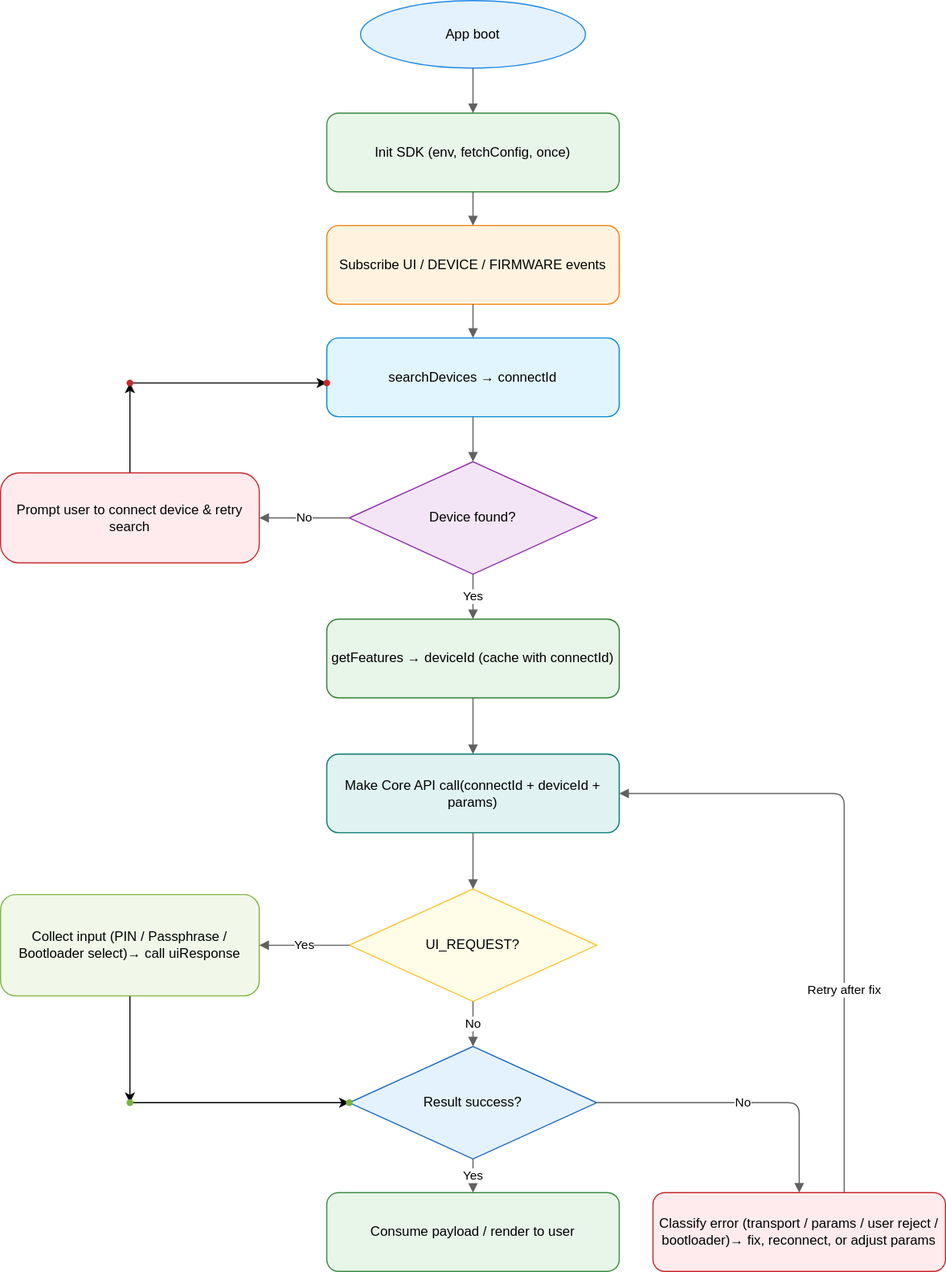
Above: public/images/core-api-guide/core-api-flow-en.svg in wabicai/onekey-developer-portal (draw.io), before the change. Source tidied: cells renumbered, new cells last; positions are measured from the earlier drawing's top-left corner, leaving out a move shared by most shapes.
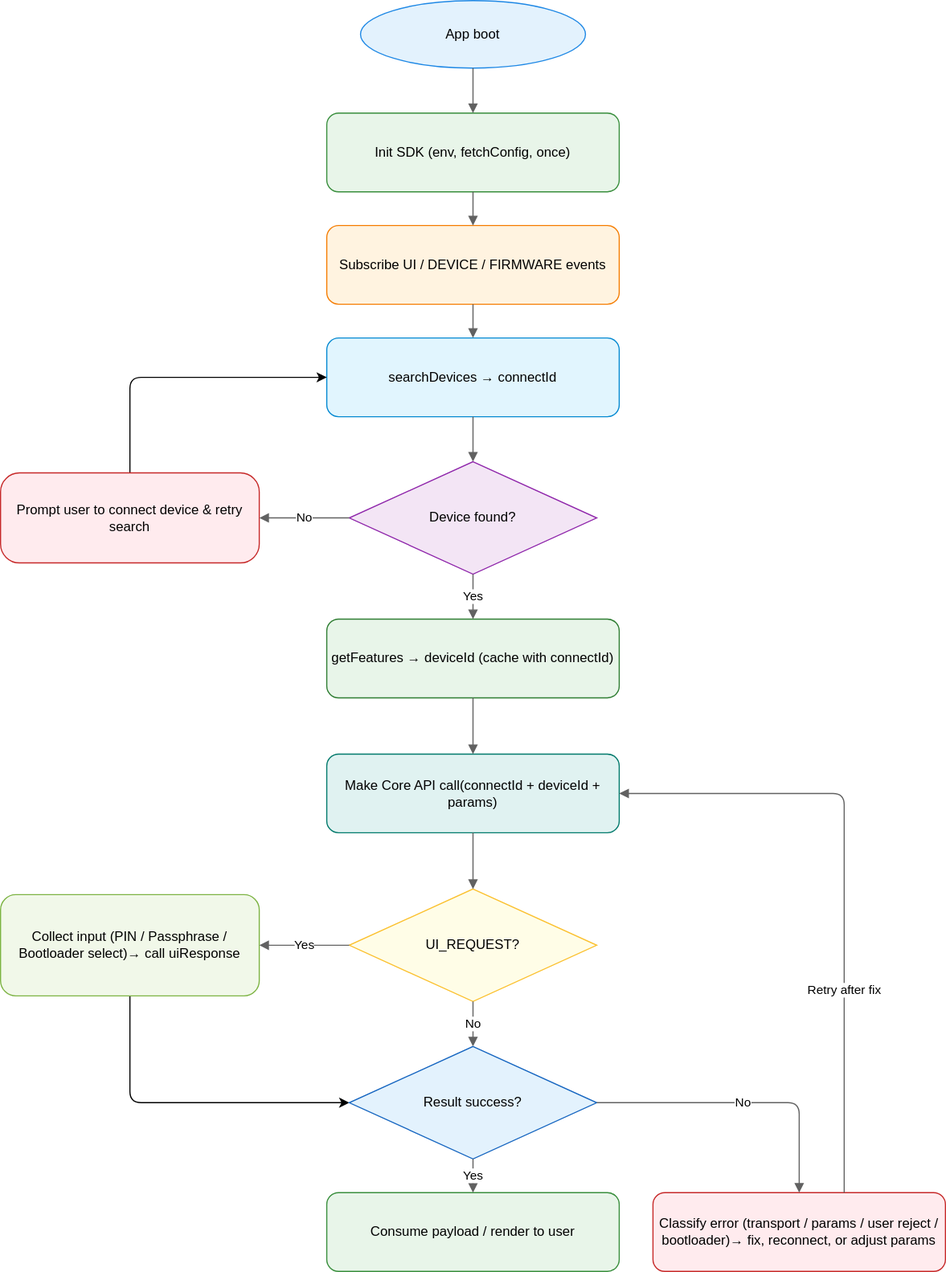
Later version of the same file.

Change to the diagram source:
```diff
@@ -17,9 +17,13 @@
     <mxCell id="6" value="Device found?" style="rhombus;whiteSpace=wrap;html=1;fillColor=#F3E5F5;strokeColor=#8E24AA;" parent="1" vertex="1">
       <mxGeometry x="310" y="410" width="220" height="100" as="geometry" />
     </mxCell>
-    <mxCell id="7" style="edgeStyle=none;html=1;" parent="1" edge="1" source="8" target="31">
-      <mxGeometry relative="1" as="geometry" />
-    </mxCell>
+    <mxCell id="36" style="edgeStyle=none;html=1;entryX=0;entryY=0.5;entryDx=0;entryDy=0;" parent="1" edge="1" source="8" target="5">
+      <mxGeometry relative="1" as="geometry">
+        <Array as="points">
+          <mxPoint x="115" y="335" />
+        </Array>
+      </mxGeometry>
+    </mxCell>
     <mxCell id="8" value="Prompt user to connect device &amp; retry search" style="rounded=1;whiteSpace=wrap;html=1;fillColor=#FFEBEE;strokeColor=#C62828;arcSize=21;" parent="1" vertex="1">
       <mxGeometry y="420" width="230" height="80" as="geometry" />
     </mxCell>
@@ -32,9 +36,13 @@
     <mxCell id="11" value="UI_REQUEST?" style="rhombus;whiteSpace=wrap;html=1;fillColor=#FFFDE7;strokeColor=#FBC02D;" parent="1" vertex="1">
       <mxGeometry x="310" y="790" width="220" height="100" as="geometry" />
     </mxCell>
-    <mxCell id="12" style="edgeStyle=none;html=1;" parent="1" edge="1" source="13" target="34">
-      <mxGeometry relative="1" as="geometry" />
-    </mxCell>
+    <mxCell id="37" style="edgeStyle=none;html=1;entryX=0;entryY=0.5;entryDx=0;entryDy=0;" parent="1" edge="1" source="13" target="14">
+      <mxGeometry relative="1" as="geometry">
+        <Array as="points">
+          <mxPoint x="115" y="980" />
+        </Array>
+      </mxGeometry>
+    </mxCell>
     <mxCell id="13" value="Collect input (PIN / Passphrase / Bootloader select)→ call uiResponse" style="rounded=1;whiteSpace=wrap;html=1;fillColor=#F1F8E9;strokeColor=#7CB342;" parent="1" vertex="1">
       <mxGeometry y="795" width="230" height="90" as="geometry" />
     </mxCell>
@@ -90,23 +98,5 @@
         </Array>
       </mxGeometry>
     </mxCell>
-    <mxCell id="30" style="edgeStyle=none;html=1;" parent="1" edge="1" source="31" target="32">
-      <mxGeometry relative="1" as="geometry" />
-    </mxCell>
-    <mxCell id="31" style="shape=waypoint;sketch=0;size=6;points=[];fillColor=#FFEBEE;perimeter=centerPerimeter;snapToPoint=1;strokeColor=#C62828;rounded=1;arcSize=21;" parent="1" vertex="1">
-      <mxGeometry x="105" y="330" width="20" height="20" as="geometry" />
-    </mxCell>
-    <mxCell id="32" style="shape=waypoint;sketch=0;size=6;points=[];fillColor=#FFEBEE;perimeter=centerPerimeter;snapToPoint=1;strokeColor=#C62828;rounded=1;arcSize=21;" parent="1" vertex="1">
-      <mxGeometry x="280" y="330" width="20" height="20" as="geometry" />
-    </mxCell>
-    <mxCell id="33" style="edgeStyle=none;html=1;" parent="1" edge="1" source="34" target="35">
-      <mxGeometry relative="1" as="geometry" />
-    </mxCell>
-    <mxCell id="34" style="shape=waypoint;sketch=0;size=6;points=[];fillColor=#F1F8E9;perimeter=centerPerimeter;snapToPoint=1;strokeColor=#7CB342;rounded=1;" parent="1" vertex="1">
-      <mxGeometry x="105" y="970" width="20" height="20" as="geometry" />
-    </mxCell>
-    <mxCell id="35" style="shape=waypoint;sketch=0;size=6;points=[];fillColor=#F1F8E9;perimeter=centerPerimeter;snapToPoint=1;strokeColor=#7CB342;rounded=1;" parent="1" vertex="1">
-      <mxGeometry x="300" y="970" width="20" height="20" as="geometry" />
-    </mxCell>
   </root>
 </mxGraphModel>
```
